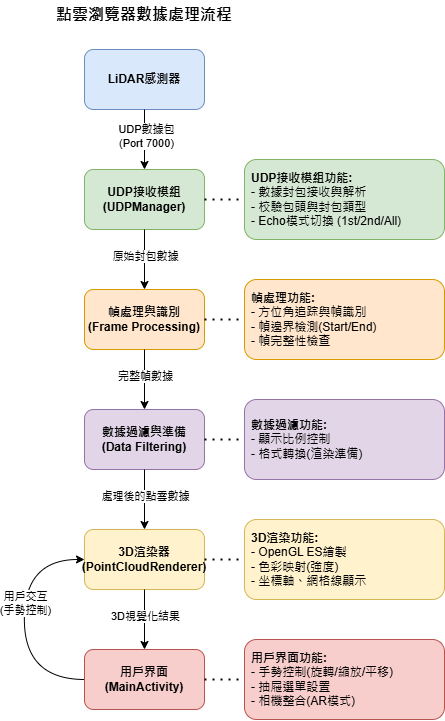
This is docs/images/流程圖1.png from Dylan0624/PointCloudViewer, a draw.io export, as it was before one commit. Source tidied: cells renumbered, new cells last; positions are measured from the earlier drawing's top-left corner, leaving out a move shared by most shapes.
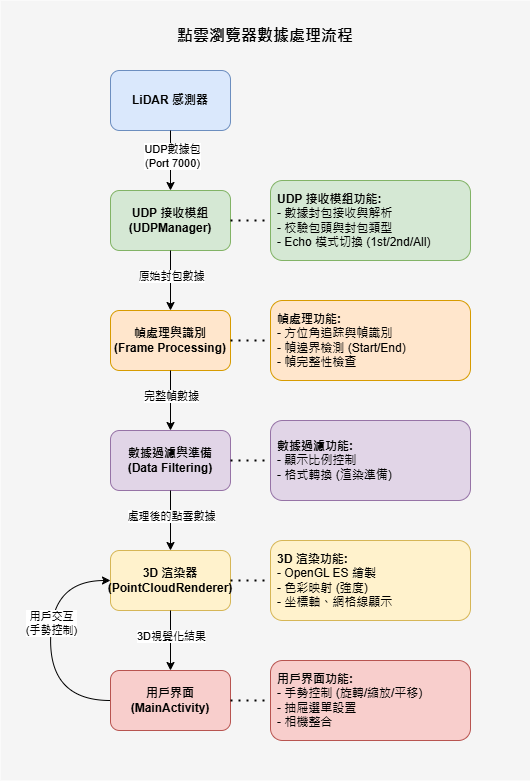
The same diagram one commit later.

What changed in the source:
```diff
@@ -2,97 +2,103 @@
   <root>
     <mxCell id="0" />
     <mxCell id="1" parent="0" />
-    <mxCell id="2" value="LiDAR感測器" style="rounded=1;whiteSpace=wrap;html=1;fillColor=#dae8fc;strokeColor=#6c8ebf;fontStyle=1;" parent="1" vertex="1">
-      <mxGeometry x="70" y="50" width="120" height="60" as="geometry" />
+    <mxCell id="2" style="group;" parent="1" vertex="1">
+      <mxGeometry x="70" y="50" width="530" height="780" as="geometry" />
     </mxCell>
-    <mxCell id="3" value="UDP接收模組&lt;br&gt;(UDPManager)" style="rounded=1;whiteSpace=wrap;html=1;fillColor=#d5e8d4;strokeColor=#82b366;fontStyle=1;" parent="1" vertex="1">
-      <mxGeometry x="70" y="170" width="120" height="60" as="geometry" />
+    <mxCell id="3" style="rounded=0;whiteSpace=wrap;html=1;fillColor=#f5f5f5;strokeColor=none;" parent="2" vertex="1">
+      <mxGeometry width="530" height="780" as="geometry" />
     </mxCell>
-    <mxCell id="4" value="幀處理與識別&lt;br&gt;(Frame Processing)" style="rounded=1;whiteSpace=wrap;html=1;fillColor=#ffe6cc;strokeColor=#d79b00;fontStyle=1;" parent="1" vertex="1">
-      <mxGeometry x="70" y="290" width="120" height="60" as="geometry" />
+    <mxCell id="4" value="LiDAR 感測器" style="rounded=1;whiteSpace=wrap;html=1;fillColor=#dae8fc;strokeColor=#6c8ebf;fontStyle=1;" parent="2" vertex="1">
+      <mxGeometry x="110" y="70" width="120" height="60" as="geometry" />
     </mxCell>
-    <mxCell id="5" value="數據過濾與準備&lt;br&gt;(Data Filtering)" style="rounded=1;whiteSpace=wrap;html=1;fillColor=#e1d5e7;strokeColor=#9673a6;fontStyle=1;" parent="1" vertex="1">
-      <mxGeometry x="70" y="410" width="120" height="60" as="geometry" />
+    <mxCell id="5" value="UDP 接收模組&lt;br&gt;(UDPManager)" style="rounded=1;whiteSpace=wrap;html=1;fillColor=#d5e8d4;strokeColor=#82b366;fontStyle=1;" parent="2" vertex="1">
+      <mxGeometry x="110" y="190" width="120" height="60" as="geometry" />
     </mxCell>
-    <mxCell id="6" value="3D渲染器&lt;br&gt;(PointCloudRenderer)" style="rounded=1;whiteSpace=wrap;html=1;fillColor=#fff2cc;strokeColor=#d6b656;fontStyle=1;" parent="1" vertex="1">
-      <mxGeometry x="70" y="530" width="120" height="60" as="geometry" />
+    <mxCell id="6" value="幀處理與識別&lt;br&gt;(Frame Processing)" style="rounded=1;whiteSpace=wrap;html=1;fillColor=#ffe6cc;strokeColor=#d79b00;fontStyle=1;" parent="2" vertex="1">
+      <mxGeometry x="110" y="310" width="120" height="60" as="geometry" />
     </mxCell>
-    <mxCell id="7" value="用戶界面&lt;br&gt;(MainActivity)" style="rounded=1;whiteSpace=wrap;html=1;fillColor=#f8cecc;strokeColor=#b85450;fontStyle=1;" parent="1" vertex="1">
-      <mxGeometry x="70" y="650" width="120" height="60" as="geometry" />
+    <mxCell id="7" value="數據過濾與準備&lt;br&gt;(Data Filtering)" style="rounded=1;whiteSpace=wrap;html=1;fillColor=#e1d5e7;strokeColor=#9673a6;fontStyle=1;" parent="2" vertex="1">
+      <mxGeometry x="110" y="430" width="120" height="60" as="geometry" />
     </mxCell>
-    <mxCell id="8" style="endArrow=classic;html=1;rounded=0;exitX=0.5;exitY=1;exitDx=0;exitDy=0;entryX=0.5;entryY=0;entryDx=0;entryDy=0;" parent="1" edge="1" source="2" target="3">
-      <mxGeometry relative="1" as="geometry" />
+    <mxCell id="8" value="3D 渲染器&lt;br&gt;(PointCloudRenderer)" style="rounded=1;whiteSpace=wrap;html=1;fillColor=#fff2cc;strokeColor=#d6b656;fontStyle=1;" parent="2" vertex="1">
+      <mxGeometry x="110" y="550" width="120" height="60" as="geometry" />
     </mxCell>
-    <mxCell id="9" value="UDP數據包&lt;br&gt;(Port 7000)" style="edgeLabel;html=1;align=center;verticalAlign=middle;points=[];" parent="8" vertex="1">
-      <mxGeometry x="-0.15" y="1" relative="1" as="geometry" />
+    <mxCell id="9" value="用戶界面&lt;br&gt;(MainActivity)" style="rounded=1;whiteSpace=wrap;html=1;fillColor=#f8cecc;strokeColor=#b85450;fontStyle=1;" parent="2" vertex="1">
+      <mxGeometry x="110" y="670" width="120" height="60" as="geometry" />
     </mxCell>
-    <mxCell id="10" style="endArrow=classic;html=1;rounded=0;exitX=0.5;exitY=1;exitDx=0;exitDy=0;entryX=0.5;entryY=0;entryDx=0;entryDy=0;" parent="1" edge="1" source="3" target="4">
+    <mxCell id="10" style="endArrow=classic;html=1;rounded=0;exitX=0.5;exitY=1;exitDx=0;exitDy=0;entryX=0.5;entryY=0;entryDx=0;entryDy=0;" parent="2" edge="1" source="4" target="5">
       <mxGeometry relative="1" as="geometry" />
     </mxCell>
-    <mxCell id="11" value="原始封包數據" style="edgeLabel;html=1;align=center;verticalAlign=middle;" parent="10" vertex="1">
-      <mxGeometry x="-0.15" relative="1" as="geometry" />
+    <mxCell id="11" value="UDP數據包&lt;br&gt;(Port 7000)" style="edgeLabel;html=1;align=center;verticalAlign=middle;" parent="10" vertex="1">
+      <mxGeometry x="-0.15" y="1" relative="1" as="geometry" />
     </mxCell>
-    <mxCell id="12" style="endArrow=classic;html=1;rounded=0;exitX=0.5;exitY=1;exitDx=0;exitDy=0;entryX=0.5;entryY=0;entryDx=0;entryDy=0;" parent="1" edge="1" source="4" target="5">
+    <mxCell id="12" style="endArrow=classic;html=1;rounded=0;exitX=0.5;exitY=1;exitDx=0;exitDy=0;entryX=0.5;entryY=0;entryDx=0;entryDy=0;" parent="2" edge="1" source="5" target="6">
       <mxGeometry relative="1" as="geometry" />
     </mxCell>
-    <mxCell id="13" value="完整幀數據" style="edgeLabel;html=1;align=center;verticalAlign=middle;" parent="12" vertex="1">
+    <mxCell id="13" value="原始封包數據" style="edgeLabel;html=1;align=center;verticalAlign=middle;" parent="12" vertex="1">
       <mxGeometry x="-0.15" relative="1" as="geometry" />
     </mxCell>
-    <mxCell id="14" style="endArrow=classic;html=1;rounded=0;exitX=0.5;exitY=1;exitDx=0;exitDy=0;entryX=0.5;entryY=0;entryDx=0;entryDy=0;" parent="1" edge="1" source="5" target="6">
+    <mxCell id="14" style="endArrow=classic;html=1;rounded=0;exitX=0.5;exitY=1;exitDx=0;exitDy=0;entryX=0.5;entryY=0;entryDx=0;entryDy=0;" parent="2" edge="1" source="6" target="7">
       <mxGeometry relative="1" as="geometry" />
     </mxCell>
-    <mxCell id="15" value="處理後的點雲數據" style="edgeLabel;html=1;align=center;verticalAlign=middle;" parent="14" vertex="1">
+    <mxCell id="15" value="完整幀數據" style="edgeLabel;html=1;align=center;verticalAlign=middle;" parent="14" vertex="1">
       <mxGeometry x="-0.15" relative="1" as="geometry" />
     </mxCell>
-    <mxCell id="16" style="endArrow=classic;html=1;rounded=0;exitX=0.5;exitY=1;exitDx=0;exitDy=0;entryX=0.5;entryY=0;entryDx=0;entryDy=0;" parent="1" edge="1" source="6" target="7">
+    <mxCell id="16" style="endArrow=classic;html=1;rounded=0;exitX=0.5;exitY=1;exitDx=0;exitDy=0;entryX=0.5;entryY=0;entryDx=0;entryDy=0;" parent="2" edge="1" source="7" target="8">
       <mxGeometry relative="1" as="geometry" />
     </mxCell>
-    <mxCell id="17" value="3D視覺化結果" style="edgeLabel;html=1;align=center;verticalAlign=middle;" parent="16" vertex="1">
+    <mxCell id="17" value="處理後的點雲數據" style="edgeLabel;html=1;align=center;verticalAlign=middle;" parent="16" vertex="1">
       <mxGeometry x="-0.15" relative="1" as="geometry" />
     </mxCell>
-    <mxCell id="18" style="endArrow=classic;html=1;rounded=0;exitX=0;exitY=0.5;exitDx=0;exitDy=0;entryX=0;entryY=0.5;entryDx=0;entryDy=0;edgeStyle=orthogonalEdgeStyle;curved=1;" parent="1" edge="1" source="7" target="6">
-      <mxGeometry relative="1" as="geometry">
-        <Array as="points">
-          <mxPoint x="10" y="680" />
-          <mxPoint x="10" y="560" />
-        </Array>
-      </mxGeometry>
+    <mxCell id="18" style="endArrow=classic;html=1;rounded=0;exitX=0.5;exitY=1;exitDx=0;exitDy=0;entryX=0.5;entryY=0;entryDx=0;entryDy=0;" parent="2" edge="1" source="8" target="9">
+      <mxGeometry relative="1" as="geometry" />
     </mxCell>
-    <mxCell id="19" value="用戶交互&lt;br&gt;(手勢控制)" style="edgeLabel;html=1;align=center;verticalAlign=middle;" parent="18" vertex="1">
-      <mxGeometry x="0.15" relative="1" as="geometry" />
+    <mxCell id="19" value="3D視覺化結果" style="edgeLabel;html=1;align=center;verticalAlign=middle;" parent="18" vertex="1">
+      <mxGeometry x="-0.15" relative="1" as="geometry" />
     </mxCell>
-    <mxCell id="20" value="&lt;font style=&quot;font-size: 16px;&quot;&gt;&lt;b&gt;點雲瀏覽器數據處理流程&lt;/b&gt;&lt;/font&gt;" style="text;html=1;strokeColor=none;fillColor=none;align=center;verticalAlign=middle;whiteSpace=wrap;rounded=0;" parent="1" vertex="1">
-      <mxGeometry width="260" height="30" as="geometry" />
+    <mxCell id="20" style="endArrow=classic;html=1;rounded=0;exitX=0;exitY=0.5;exitDx=0;exitDy=0;entryX=0;entryY=0.5;entryDx=0;entryDy=0;edgeStyle=orthogonalEdgeStyle;curved=1;" parent="2" edge="1" source="9" target="8">
+      <mxGeometry relative="1" as="geometry">
+        <Array as="points">
+          <mxPoint x="50" y="700" />
+          <mxPoint x="50" y="580" />
+        </Array>
+      </mxGeometry>
     </mxCell>
-    <mxCell id="21" value="&lt;b&gt;UDP接收模組功能:&lt;/b&gt;&lt;br&gt;- 數據封包接收與解析&lt;br&gt;- 校驗包頭與封包類型&lt;br&gt;- Echo模式切換 (1st/2nd/All)" style="rounded=1;whiteSpace=wrap;html=1;fillColor=#d5e8d4;strokeColor=#82b366;align=left;spacingLeft=5;" parent="1" vertex="1">
-      <mxGeometry x="230" y="160" width="200" height="80" as="geometry" />
+    <mxCell id="21" value="用戶交互&lt;br&gt;(手勢控制)" style="edgeLabel;html=1;align=center;verticalAlign=middle;points=[];" parent="20" vertex="1">
+      <mxGeometry x="0.15" relative="1" as="geometry" />
     </mxCell>
-    <mxCell id="22" value="&lt;b&gt;幀處理功能:&lt;/b&gt;&lt;br&gt;- 方位角追踪與幀識別&lt;br&gt;- 幀邊界檢測(Start/End)&lt;br&gt;- 幀完整性檢查" style="rounded=1;whiteSpace=wrap;html=1;fillColor=#ffe6cc;strokeColor=#d79b00;align=left;spacingLeft=5;" parent="1" vertex="1">
-      <mxGeometry x="230" y="280" width="200" height="80" as="geometry" />
+    <mxCell id="22" value="&lt;font style=&quot;font-size: 16px;&quot;&gt;&lt;b&gt;點雲瀏覽器數據處理流程&lt;/b&gt;&lt;/font&gt;" style="text;html=1;strokeColor=none;fillColor=none;align=center;verticalAlign=middle;whiteSpace=wrap;rounded=0;" parent="2" vertex="1">
+      <mxGeometry x="135" y="20" width="260" height="30" as="geometry" />
     </mxCell>
-    <mxCell id="23" value="&lt;b&gt;數據過濾功能:&lt;/b&gt;&lt;br&gt;- 顯示比例控制&lt;br&gt;- 格式轉換(渲染準備)" style="rounded=1;whiteSpace=wrap;html=1;fillColor=#e1d5e7;strokeColor=#9673a6;align=left;spacingLeft=5;" parent="1" vertex="1">
-      <mxGeometry x="230" y="400" width="200" height="80" as="geometry" />
+    <mxCell id="23" value="&lt;b&gt;UDP 接收模組功能:&lt;/b&gt;&lt;br&gt;- 數據封包接收與解析&lt;br&gt;- 校驗包頭與封包類型&lt;br&gt;- Echo 模式切換 (1st/2nd/All)" style="rounded=1;whiteSpace=wrap;html=1;fillColor=#d5e8d4;strokeColor=#82b366;align=left;spacingLeft=5;" parent="2" vertex="1">
+      <mxGeometry x="270" y="180" width="200" height="80" as="geometry" />
     </mxCell>
-    <mxCell id="24" value="&lt;b&gt;3D渲染功能:&lt;/b&gt;&lt;br&gt;- OpenGL ES繪製&lt;br&gt;- 色彩映射(強度)&lt;br&gt;- 坐標軸、網格線顯示" style="rounded=1;whiteSpace=wrap;html=1;fillColor=#fff2cc;strokeColor=#d6b656;align=left;spacingLeft=5;" parent="1" vertex="1">
-      <mxGeometry x="230" y="520" width="200" height="80" as="geometry" />
+    <mxCell id="24" value="&lt;b&gt;幀處理功能:&lt;/b&gt;&lt;br&gt;- 方位角追踪與幀識別&lt;br&gt;- 幀邊界檢測 (Start/End)&lt;br&gt;- 幀完整性檢查" style="rounded=1;whiteSpace=wrap;html=1;fillColor=#ffe6cc;strokeColor=#d79b00;align=left;spacingLeft=5;" parent="2" vertex="1">
+      <mxGeometry x="270" y="300" width="200" height="80" as="geometry" />
     </mxCell>
-    <mxCell id="25" value="&lt;b&gt;用戶界面功能:&lt;/b&gt;&lt;br&gt;- 手勢控制(旋轉/縮放/平移)&lt;br&gt;- 抽屜選單設置&lt;br&gt;- 相機整合(AR模式)" style="rounded=1;whiteSpace=wrap;html=1;fillColor=#f8cecc;strokeColor=#b85450;align=left;spacingLeft=5;" parent="1" vertex="1">
-      <mxGeometry x="230" y="640" width="200" height="80" as="geometry" />
+    <mxCell id="25" value="&lt;b&gt;數據過濾功能:&lt;/b&gt;&lt;br&gt;- 顯示比例控制&lt;br&gt;- 格式轉換 (渲染準備)" style="rounded=1;whiteSpace=wrap;html=1;fillColor=#e1d5e7;strokeColor=#9673a6;align=left;spacingLeft=5;" parent="2" vertex="1">
+      <mxGeometry x="270" y="420" width="200" height="80" as="geometry" />
     </mxCell>
-    <mxCell id="26" style="endArrow=none;dashed=1;html=1;dashPattern=1 3;strokeWidth=2;rounded=0;exitX=1;exitY=0.5;exitDx=0;exitDy=0;entryX=0;entryY=0.5;entryDx=0;entryDy=0;" parent="1" edge="1" source="3" target="21">
-      <mxGeometry relative="1" as="geometry" />
+    <mxCell id="26" value="&lt;b&gt;3D 渲染功能:&lt;/b&gt;&lt;br&gt;- OpenGL ES 繪製&lt;br&gt;- 色彩映射 (強度)&lt;br&gt;- 坐標軸、網格線顯示" style="rounded=1;whiteSpace=wrap;html=1;fillColor=#fff2cc;strokeColor=#d6b656;align=left;spacingLeft=5;" parent="2" vertex="1">
+      <mxGeometry x="270" y="540" width="200" height="80" as="geometry" />
     </mxCell>
-    <mxCell id="27" style="endArrow=none;dashed=1;html=1;dashPattern=1 3;strokeWidth=2;rounded=0;exitX=1;exitY=0.5;exitDx=0;exitDy=0;entryX=0;entryY=0.5;entryDx=0;entryDy=0;" parent="1" edge="1" source="4" target="22">
-      <mxGeometry relative="1" as="geometry" />
+    <mxCell id="27" value="&lt;b&gt;用戶界面功能:&lt;/b&gt;&lt;br&gt;- 手勢控制 (旋轉/縮放/平移)&lt;br&gt;- 抽屜選單設置&lt;br&gt;- 相機整合" style="rounded=1;whiteSpace=wrap;html=1;fillColor=#f8cecc;strokeColor=#b85450;align=left;spacingLeft=5;" parent="2" vertex="1">
+      <mxGeometry x="270" y="660" width="200" height="80" as="geometry" />
     </mxCell>
-    <mxCell id="28" style="endArrow=none;dashed=1;html=1;dashPattern=1 3;strokeWidth=2;rounded=0;exitX=1;exitY=0.5;exitDx=0;exitDy=0;entryX=0;entryY=0.5;entryDx=0;entryDy=0;" parent="1" edge="1" source="5" target="23">
+    <mxCell id="28" style="endArrow=none;dashed=1;html=1;dashPattern=1 3;strokeWidth=2;rounded=0;exitX=1;exitY=0.5;exitDx=0;exitDy=0;entryX=0;entryY=0.5;entryDx=0;entryDy=0;" parent="2" edge="1" source="5" target="23">
       <mxGeometry relative="1" as="geometry" />
     </mxCell>
-    <mxCell id="29" style="endArrow=none;dashed=1;html=1;dashPattern=1 3;strokeWidth=2;rounded=0;exitX=1;exitY=0.5;exitDx=0;exitDy=0;entryX=0;entryY=0.5;entryDx=0;entryDy=0;" parent="1" edge="1" source="6" target="24">
+    <mxCell id="29" style="endArrow=none;dashed=1;html=1;dashPattern=1 3;strokeWidth=2;rounded=0;exitX=1;exitY=0.5;exitDx=0;exitDy=0;entryX=0;entryY=0.5;entryDx=0;entryDy=0;" parent="2" edge="1" source="6" target="24">
       <mxGeometry relative="1" as="geometry" />
     </mxCell>
-    <mxCell id="30" style="endArrow=none;dashed=1;html=1;dashPattern=1 3;strokeWidth=2;rounded=0;exitX=1;exitY=0.5;exitDx=0;exitDy=0;entryX=0;entryY=0.5;entryDx=0;entryDy=0;" parent="1" edge="1" source="7" target="25">
+    <mxCell id="30" style="endArrow=none;dashed=1;html=1;dashPattern=1 3;strokeWidth=2;rounded=0;exitX=1;exitY=0.5;exitDx=0;exitDy=0;entryX=0;entryY=0.5;entryDx=0;entryDy=0;" parent="2" edge="1" source="7" target="25">
       <mxGeometry relative="1" as="geometry" />
     </mxCell>
+    <mxCell id="31" style="endArrow=none;dashed=1;html=1;dashPattern=1 3;strokeWidth=2;rounded=0;exitX=1;exitY=0.5;exitDx=0;exitDy=0;entryX=0;entryY=0.5;entryDx=0;entryDy=0;" parent="2" edge="1" source="8" target="26">
+      <mxGeometry relative="1" as="geometry" />
+    </mxCell>
+    <mxCell id="32" style="endArrow=none;dashed=1;html=1;dashPattern=1 3;strokeWidth=2;rounded=0;exitX=1;exitY=0.5;exitDx=0;exitDy=0;entryX=0;entryY=0.5;entryDx=0;entryDy=0;" parent="2" edge="1" source="9" target="27">
+      <mxGeometry relative="1" as="geometry" />
+    </mxCell>
   </root>
 </mxGraphModel>
```
